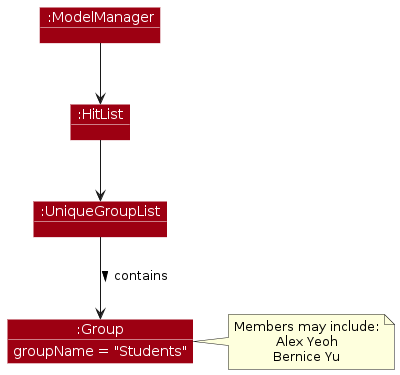
The PlantUML diagram diagrams/add-group/GroupAddPostExecution.png in AY2526S2-CS2103T-W11-2/tp, before a commit. Its source is kept beside it as diagrams/add-group/GroupAddPostExecution.puml.
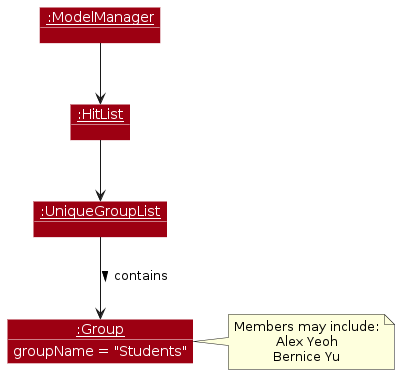
Later version of the same file.

What changed in the source:
```diff
@@ -10,10 +10,10 @@
 show objects
 show members
 
-object ":ModelManager" as ModelManager MODEL_COLOR
-object ":HitList" as HitList MODEL_COLOR
-object ":UniqueGroupList" as UniqueGroupList MODEL_COLOR
-object ":Group" as Group MODEL_COLOR
+object "<u>:ModelManager</u>" as ModelManager MODEL_COLOR
+object "<u>:HitList</u>" as HitList MODEL_COLOR
+object "<u>:UniqueGroupList</u>" as UniqueGroupList MODEL_COLOR
+object "<u>:Group</u>" as Group MODEL_COLOR
 
 ModelManager --> HitList
 HitList --> UniqueGroupList
```
